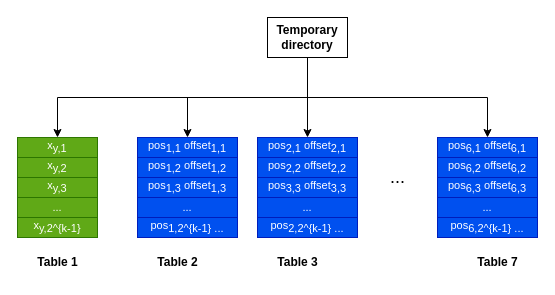
Before: page "stage2" (2 of 4) of bladebit-compression/phases.drawio in hanggrian/IIT-CS554, a draw.io diagram. Source tidied: cells renumbered, new cells numbered last; positions are measured from the earlier drawing's top-left corner, leaving out a move shared by most shapes. Both pictures are drawn from the tidied source at 100%, with x=0, y=0 at pixel (17, 17).
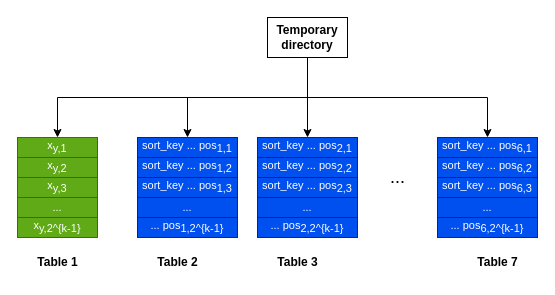
After the change.

Unchanged cells that the change refers to:
```xml
<mxCell id="18" style="group;fontSize=11;" parent="1" vertex="1">
  <mxGeometry x="120" y="120" width="100" height="100" as="geometry" />
</mxCell>
<mxCell id="24" style="group;fontSize=11;" parent="1" vertex="1">
  <mxGeometry x="240" y="120" width="100" height="100" as="geometry" />
</mxCell>
<mxCell id="30" style="group;fontSize=11;" parent="1" vertex="1">
  <mxGeometry x="420" y="120" width="100" height="100" as="geometry" />
</mxCell>
```

The edit, as a diff of the source:
```diff
@@
-    <mxCell id="19" value="pos&lt;sub style=&quot;font-size: 11px;&quot;&gt;1,1&lt;/sub&gt;&lt;span style=&quot;white-space: pre; font-size: 11px;&quot;&gt; &lt;/span&gt;offset&lt;sub style=&quot;font-size: 11px;&quot;&gt;1,1&lt;/sub&gt;" style="rounded=0;whiteSpace=wrap;html=1;fontSize=11;fillColor=#0050ef;fontColor=#ffffff;strokeColor=#001DBC;" parent="18" vertex="1">
+    <mxCell id="19" value="sort_key ... pos&lt;sub style=&quot;font-size: 11px;&quot;&gt;1,1&lt;/sub&gt;" style="rounded=0;whiteSpace=wrap;html=1;fontSize=11;fillColor=#0050ef;fontColor=#ffffff;strokeColor=#001DBC;" parent="18" vertex="1">
       <mxGeometry width="100" height="20" as="geometry" />
     </mxCell>
-    <mxCell id="20" value="pos&lt;sub style=&quot;font-size: 11px;&quot;&gt;1,2&lt;/sub&gt;&lt;span style=&quot;white-space: pre; font-size: 11px;&quot;&gt; &lt;/span&gt;offset&lt;sub style=&quot;font-size: 11px;&quot;&gt;1,2&lt;/sub&gt;" style="rounded=0;whiteSpace=wrap;html=1;fontSize=11;fillColor=#0050ef;fontColor=#ffffff;strokeColor=#001DBC;" parent="18" vertex="1">
+    <mxCell id="20" value="sort_key ... pos&lt;sub style=&quot;font-size: 11px;&quot;&gt;1,2&lt;/sub&gt;" style="rounded=0;whiteSpace=wrap;html=1;fontSize=11;fillColor=#0050ef;fontColor=#ffffff;strokeColor=#001DBC;" parent="18" vertex="1">
       <mxGeometry y="20" width="100" height="20" as="geometry" />
     </mxCell>
@@
-    <mxCell id="22" value="pos&lt;sub style=&quot;font-size: 11px;&quot;&gt;1,2^{k-1}&lt;span style=&quot;white-space: pre;&quot;&gt; &lt;/span&gt;...&lt;/sub&gt;" style="rounded=0;whiteSpace=wrap;html=1;fontSize=11;fillColor=#0050ef;fontColor=#ffffff;strokeColor=#001DBC;" parent="18" vertex="1">
+    <mxCell id="22" value="... pos&lt;sub style=&quot;font-size: 11px;&quot;&gt;1,2^{k-1}&lt;/sub&gt;" style="rounded=0;whiteSpace=wrap;html=1;fontSize=11;fillColor=#0050ef;fontColor=#ffffff;strokeColor=#001DBC;" parent="18" vertex="1">
       <mxGeometry y="80" width="100" height="20" as="geometry" />
     </mxCell>
-    <mxCell id="23" value="pos&lt;sub style=&quot;font-size: 11px;&quot;&gt;1,3&lt;/sub&gt;&lt;span style=&quot;white-space: pre; font-size: 11px;&quot;&gt; &lt;/span&gt;offset&lt;sub style=&quot;font-size: 11px;&quot;&gt;1,3&lt;/sub&gt;" style="rounded=0;whiteSpace=wrap;html=1;fontSize=11;fillColor=#0050ef;fontColor=#ffffff;strokeColor=#001DBC;" parent="18" vertex="1">
+    <mxCell id="23" value="sort_key ... pos&lt;sub style=&quot;font-size: 11px;&quot;&gt;1,3&lt;/sub&gt;" style="rounded=0;whiteSpace=wrap;html=1;fontSize=11;fillColor=#0050ef;fontColor=#ffffff;strokeColor=#001DBC;" parent="18" vertex="1">
       <mxGeometry y="40" width="100" height="20" as="geometry" />
     </mxCell>
@@
-    <mxCell id="25" value=" pos&lt;sub style=&quot;font-size: 11px;&quot;&gt;2,1&lt;span style=&quot;white-space: pre; font-size: 11px;&quot;&gt; &lt;/span&gt;&lt;/sub&gt;offset&lt;sub style=&quot;font-size: 11px;&quot;&gt;2,1&lt;/sub&gt;" style="rounded=0;whiteSpace=wrap;html=1;fontSize=11;fillColor=#0050ef;fontColor=#ffffff;strokeColor=#001DBC;" parent="24" vertex="1">
+    <mxCell id="25" value="sort_key ... pos&lt;sub style=&quot;font-size: 11px;&quot;&gt;2,1&lt;/sub&gt;" style="rounded=0;whiteSpace=wrap;html=1;fontSize=11;fillColor=#0050ef;fontColor=#ffffff;strokeColor=#001DBC;" parent="24" vertex="1">
       <mxGeometry width="100" height="20" as="geometry" />
     </mxCell>
-    <mxCell id="26" value="pos&lt;sub style=&quot;font-size: 11px;&quot;&gt;2,2&lt;span style=&quot;white-space: pre; font-size: 11px;&quot;&gt; &lt;/span&gt;&lt;/sub&gt;offset&lt;sub style=&quot;font-size: 11px;&quot;&gt;2,2&lt;/sub&gt;" style="rounded=0;whiteSpace=wrap;html=1;fontSize=11;fillColor=#0050ef;fontColor=#ffffff;strokeColor=#001DBC;" parent="24" vertex="1">
+    <mxCell id="26" value="sort_key ... pos&lt;sub style=&quot;font-size: 11px;&quot;&gt;2,2&lt;/sub&gt;" style="rounded=0;whiteSpace=wrap;html=1;fontSize=11;fillColor=#0050ef;fontColor=#ffffff;strokeColor=#001DBC;" parent="24" vertex="1">
       <mxGeometry y="20" width="100" height="20" as="geometry" />
     </mxCell>
@@
-    <mxCell id="28" value="pos&lt;sub style=&quot;font-size: 11px;&quot;&gt;2,2^{k-1}&lt;span style=&quot;white-space: pre;&quot;&gt; &lt;/span&gt;...&lt;/sub&gt;" style="rounded=0;whiteSpace=wrap;html=1;fontSize=11;fillColor=#0050ef;fontColor=#ffffff;strokeColor=#001DBC;" parent="24" vertex="1">
+    <mxCell id="28" value="... pos&lt;sub style=&quot;font-size: 11px;&quot;&gt;2,2^{k-1}&lt;/sub&gt;" style="rounded=0;whiteSpace=wrap;html=1;fontSize=11;fillColor=#0050ef;fontColor=#ffffff;strokeColor=#001DBC;" parent="24" vertex="1">
       <mxGeometry y="80" width="100" height="20" as="geometry" />
     </mxCell>
-    <mxCell id="29" value="pos&lt;sub style=&quot;font-size: 11px;&quot;&gt;3,3&lt;span style=&quot;white-space: pre; font-size: 11px;&quot;&gt; &lt;/span&gt;&lt;/sub&gt;offset&lt;sub style=&quot;font-size: 11px;&quot;&gt;3,3&lt;/sub&gt;" style="rounded=0;whiteSpace=wrap;html=1;fontSize=11;fillColor=#0050ef;fontColor=#ffffff;strokeColor=#001DBC;" parent="24" vertex="1">
+    <mxCell id="29" value="sort_key ... pos&lt;sub style=&quot;font-size: 11px;&quot;&gt;2,3&lt;/sub&gt;" style="rounded=0;whiteSpace=wrap;html=1;fontSize=11;fillColor=#0050ef;fontColor=#ffffff;strokeColor=#001DBC;" parent="24" vertex="1">
       <mxGeometry y="40" width="100" height="20" as="geometry" />
     </mxCell>
@@
-    <mxCell id="31" value="pos&lt;sub style=&quot;font-size: 11px;&quot;&gt;6,1&lt;span style=&quot;white-space: pre;&quot;&gt; &lt;/span&gt;&lt;/sub&gt;offset&lt;sub style=&quot;font-size: 11px;&quot;&gt;6,1&lt;/sub&gt;" style="rounded=0;whiteSpace=wrap;html=1;fontSize=11;fillColor=#0050ef;fontColor=#ffffff;strokeColor=#001DBC;" parent="30" vertex="1">
+    <mxCell id="31" value="sort_key ... pos&lt;sub style=&quot;font-size: 11px;&quot;&gt;6,1&lt;/sub&gt;" style="rounded=0;whiteSpace=wrap;html=1;fontSize=11;fillColor=#0050ef;fontColor=#ffffff;strokeColor=#001DBC;" parent="30" vertex="1">
       <mxGeometry width="100" height="20" as="geometry" />
     </mxCell>
-    <mxCell id="32" value="pos&lt;sub style=&quot;font-size: 11px;&quot;&gt;6,2&lt;span style=&quot;white-space: pre;&quot;&gt; &lt;/span&gt;&lt;/sub&gt;offset&lt;sub style=&quot;font-size: 11px;&quot;&gt;6,2&lt;/sub&gt;" style="rounded=0;whiteSpace=wrap;html=1;fontSize=11;fillColor=#0050ef;fontColor=#ffffff;strokeColor=#001DBC;" parent="30" vertex="1">
+    <mxCell id="32" value="sort_key ... pos&lt;sub style=&quot;font-size: 11px;&quot;&gt;6,2&lt;/sub&gt;" style="rounded=0;whiteSpace=wrap;html=1;fontSize=11;fillColor=#0050ef;fontColor=#ffffff;strokeColor=#001DBC;" parent="30" vertex="1">
       <mxGeometry y="20" width="100" height="20" as="geometry" />
     </mxCell>
@@
-    <mxCell id="34" value="pos&lt;sub style=&quot;font-size: 11px;&quot;&gt;6,2^{k-1}&lt;span style=&quot;white-space: pre;&quot;&gt; &lt;/span&gt;...&lt;/sub&gt;" style="rounded=0;whiteSpace=wrap;html=1;fontSize=11;fillColor=#0050ef;fontColor=#ffffff;strokeColor=#001DBC;" parent="30" vertex="1">
+    <mxCell id="34" value="... pos&lt;sub style=&quot;font-size: 11px;&quot;&gt;6,2^{k-1}&lt;/sub&gt;" style="rounded=0;whiteSpace=wrap;html=1;fontSize=11;fillColor=#0050ef;fontColor=#ffffff;strokeColor=#001DBC;" parent="30" vertex="1">
       <mxGeometry y="80" width="100" height="20" as="geometry" />
     </mxCell>
-    <mxCell id="35" value="pos&lt;sub style=&quot;font-size: 11px;&quot;&gt;6,3&lt;span style=&quot;white-space: pre;&quot;&gt; &lt;/span&gt;&lt;/sub&gt;offset&lt;sub style=&quot;font-size: 11px;&quot;&gt;6,3&lt;/sub&gt;" style="rounded=0;whiteSpace=wrap;html=1;fontSize=11;fillColor=#0050ef;fontColor=#ffffff;strokeColor=#001DBC;" parent="30" vertex="1">
+    <mxCell id="35" value="sort_key ... pos&lt;sub style=&quot;font-size: 11px;&quot;&gt;6,3&lt;/sub&gt;" style="rounded=0;whiteSpace=wrap;html=1;fontSize=11;fillColor=#0050ef;fontColor=#ffffff;strokeColor=#001DBC;" parent="30" vertex="1">
       <mxGeometry y="40" width="100" height="20" as="geometry" />
     </mxCell>
```
